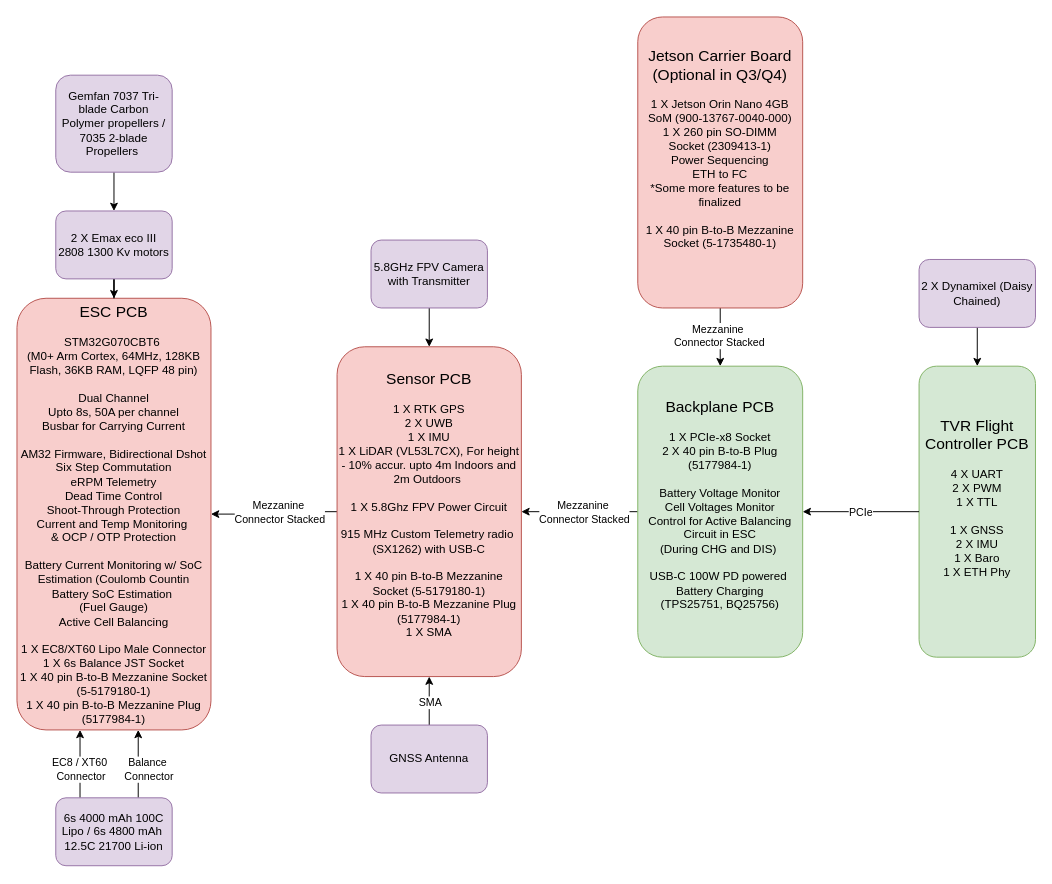
Above: page "Page-1" (1 of 2) of electrical-hardware/TVR_Hardware_Stack_2026-27.drawio in UBC-Rocket/thrust_vectoring_consolidated (draw.io), before the change. Source tidied: cells renumbered, new cells numbered last; positions are measured from the earlier drawing's top-left corner, leaving out a move shared by most shapes. Both pictures are drawn from the tidied source at 97%, with x=0, y=0 at pixel (16, 16).
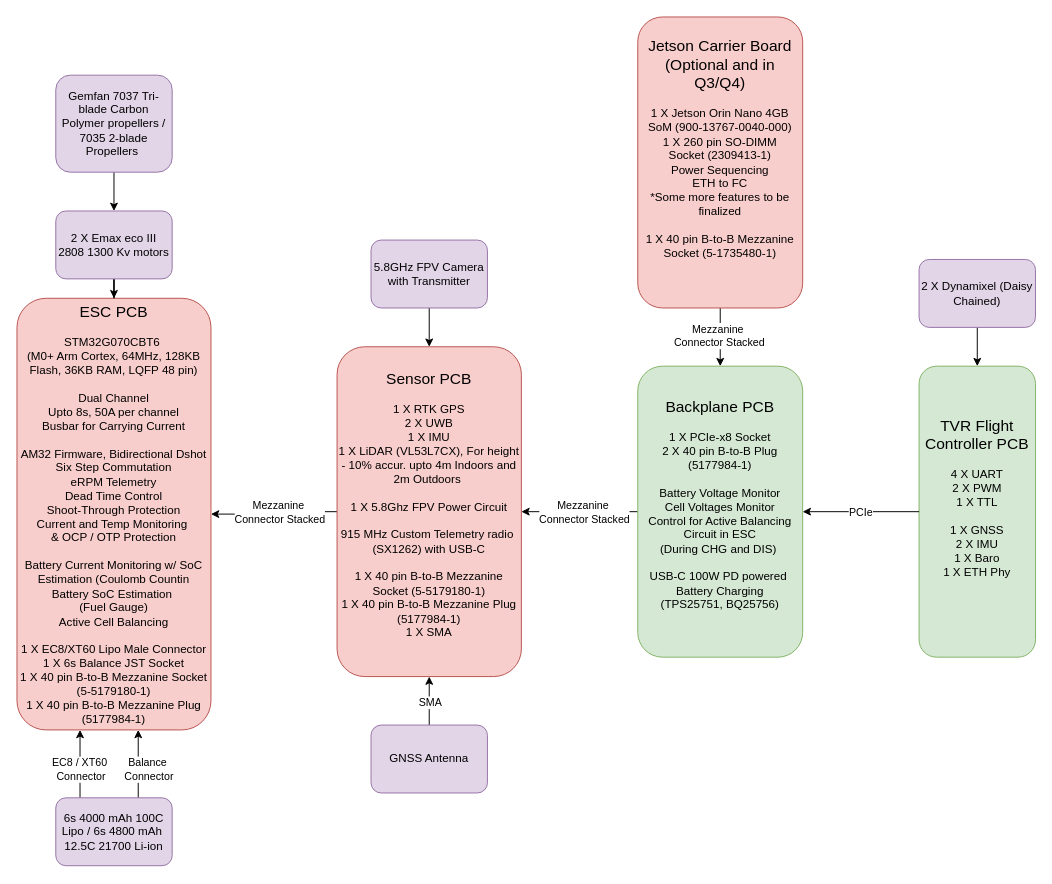
The same diagram, later.

What changed in the source:
```diff
@@
-    <mxCell id="13" value="&lt;div&gt;&lt;font style=&quot;font-size: 16px;&quot;&gt;Jetson Carrier Board (Optional in Q3/Q4)&lt;/font&gt;&lt;/div&gt;&lt;div&gt;&lt;br&gt;&lt;/div&gt;&lt;div&gt;1 X Jetson Orin Nano 4GB SoM (&lt;font style=&quot;font-size: 12px; font-weight: normal;&quot;&gt;900-13767-0040-000)&lt;/font&gt;&lt;/div&gt;&lt;div&gt;&lt;font style=&quot;font-size: 12px; font-weight: normal;&quot;&gt;1 X 260 pin SO-DIMM&lt;/font&gt;&lt;/div&gt;&lt;div&gt;Socket (2309413-1)&lt;/div&gt;&lt;div&gt;Power Sequencing&lt;/div&gt;&lt;div&gt;ETH to FC&lt;/div&gt;&lt;div&gt;*Some more features to be finalized&lt;/div&gt;&lt;div&gt;&lt;br&gt;&lt;/div&gt;&lt;div&gt;1 X&amp;nbsp;40 pin B-to-B Mezzanine Socket (5-1735480-1)&lt;/div&gt;&lt;div&gt;&lt;br&gt;&lt;/div&gt;&lt;div&gt;&lt;br&gt;&lt;/div&gt;" style="rounded=1;whiteSpace=wrap;html=1;fillColor=#f8cecc;strokeColor=#b85450;" parent="1" vertex="1">
+    <mxCell id="13" value="&lt;div&gt;&lt;font style=&quot;font-size: 16px;&quot;&gt;Jetson Carrier Board (Optional and in Q3/Q4)&lt;/font&gt;&lt;/div&gt;&lt;div&gt;&lt;br&gt;&lt;/div&gt;&lt;div&gt;1 X Jetson Orin Nano 4GB SoM (&lt;font style=&quot;font-size: 12px; font-weight: normal;&quot;&gt;900-13767-0040-000)&lt;/font&gt;&lt;/div&gt;&lt;div&gt;&lt;font style=&quot;font-size: 12px; font-weight: normal;&quot;&gt;1 X 260 pin SO-DIMM&lt;/font&gt;&lt;/div&gt;&lt;div&gt;Socket (2309413-1)&lt;/div&gt;&lt;div&gt;Power Sequencing&lt;/div&gt;&lt;div&gt;ETH to FC&lt;/div&gt;&lt;div&gt;*Some more features to be finalized&lt;/div&gt;&lt;div&gt;&lt;br&gt;&lt;/div&gt;&lt;div&gt;1 X&amp;nbsp;40 pin B-to-B Mezzanine Socket (5-1735480-1)&lt;/div&gt;&lt;div&gt;&lt;br&gt;&lt;/div&gt;&lt;div&gt;&lt;br&gt;&lt;/div&gt;" style="rounded=1;whiteSpace=wrap;html=1;fillColor=#f8cecc;strokeColor=#b85450;" parent="1" vertex="1">
       <mxGeometry x="640" width="170" height="300" as="geometry" />
     </mxCell>
```
